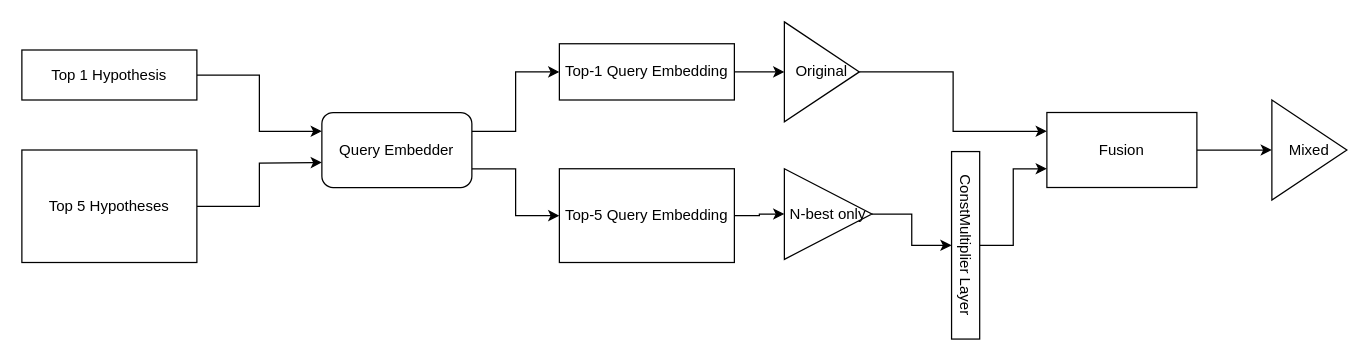
johntiger1/architecture-diagrams keeps this draw.io diagram as Nbest-asr.drawio. Above is the earlier version. Source tidied: cells renumbered, new cells numbered last; positions are measured from the earlier drawing's top-left corner, leaving out a move shared by most shapes. Both pictures are drawn from the tidied source at 125%, with x=0, y=0 at pixel (21, 21).
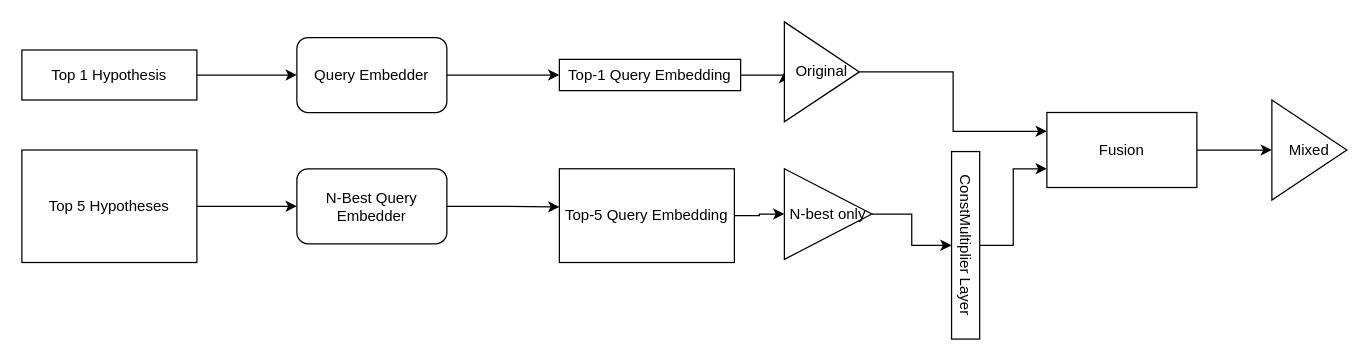
The same page after the edit.

Unchanged cells that the change refers to:
```xml
<mxCell id="3" value="Top 1 Hypothesis" style="rounded=0;whiteSpace=wrap;html=1;" parent="1" vertex="1">
  <mxGeometry y="22.5" width="140" height="40" as="geometry" />
</mxCell>
<mxCell id="5" value="&lt;div&gt;Top 5 Hypotheses&lt;/div&gt;" style="rounded=0;whiteSpace=wrap;html=1;" parent="1" vertex="1">
  <mxGeometry y="102.5" width="140" height="90" as="geometry" />
</mxCell>
<mxCell id="12" value="&lt;div&gt;Top-5 Query Embedding&lt;/div&gt;" style="rounded=0;whiteSpace=wrap;html=1;" parent="1" vertex="1">
  <mxGeometry x="430" y="117.5" width="140" height="75" as="geometry" />
</mxCell>
```

The edit, as a diff of the source:
```diff
@@
-    <mxCell id="2" style="edgeStyle=orthogonalEdgeStyle;rounded=0;jettySize=auto;html=1;exitX=1;exitY=0.5;exitDx=0;exitDy=0;entryX=0;entryY=0.25;entryDx=0;entryDy=0;" parent="1" edge="1" source="3" target="10">
+    <mxCell id="2" style="edgeStyle=orthogonalEdgeStyle;rounded=0;jettySize=auto;html=1;exitX=1;exitY=0.5;exitDx=0;exitDy=0;entryX=0;entryY=0.5;entryDx=0;entryDy=0;" parent="1" edge="1" source="3" target="10">
       <mxGeometry relative="1" as="geometry" />
     </mxCell>
@@
-    <mxCell id="4" style="edgeStyle=orthogonalEdgeStyle;rounded=0;jettySize=auto;html=1;exitX=1;exitY=0.5;exitDx=0;exitDy=0;" parent="1" edge="1" source="5">
-      <mxGeometry relative="1" as="geometry">
-        <mxPoint x="240" y="112.5" as="targetPoint" />
-      </mxGeometry>
-    </mxCell>
+    <mxCell id="22" style="edgeStyle=orthogonalEdgeStyle;rounded=0;jettySize=auto;html=1;exitX=1;exitY=0.5;exitDx=0;exitDy=0;" parent="1" edge="1" source="5" target="24">
+      <mxGeometry relative="1" as="geometry" />
+    </mxCell>
@@
     <mxCell id="7" value="&lt;div&gt;Top-1 Query Embedding&lt;/div&gt;" style="rounded=0;whiteSpace=wrap;html=1;" parent="1" vertex="1">
-      <mxGeometry x="430" y="17.5" width="140" height="45" as="geometry" />
+      <mxGeometry x="430" y="30" width="145" height="25" as="geometry" />
     </mxCell>
-    <mxCell id="8" style="edgeStyle=orthogonalEdgeStyle;rounded=0;jettySize=auto;html=1;exitX=1;exitY=0.25;exitDx=0;exitDy=0;entryX=0;entryY=0.5;entryDx=0;entryDy=0;" parent="1" edge="1" source="10" target="7">
+    <mxCell id="8" style="edgeStyle=orthogonalEdgeStyle;rounded=0;jettySize=auto;html=1;exitX=1;exitY=0.5;exitDx=0;exitDy=0;" parent="1" edge="1" source="10" target="7">
       <mxGeometry relative="1" as="geometry" />
     </mxCell>
-    <mxCell id="9" style="edgeStyle=orthogonalEdgeStyle;rounded=0;jettySize=auto;html=1;exitX=1;exitY=0.75;exitDx=0;exitDy=0;entryX=0;entryY=0.5;entryDx=0;entryDy=0;" parent="1" edge="1" source="10" target="12">
-      <mxGeometry relative="1" as="geometry" />
-    </mxCell>
     <mxCell id="10" value="Query Embedder" style="rounded=1;whiteSpace=wrap;html=1;" parent="1" vertex="1">
-      <mxGeometry x="240" y="72.5" width="120" height="60" as="geometry" />
+      <mxGeometry x="220" y="12.5" width="120" height="60" as="geometry" />
     </mxCell>
@@
+    <mxCell id="23" style="edgeStyle=orthogonalEdgeStyle;rounded=0;jettySize=auto;html=1;exitX=1;exitY=0.5;exitDx=0;exitDy=0;entryX=0;entryY=0.407;entryDx=0;entryDy=0;entryPerimeter=0;" parent="1" edge="1" source="24" target="12">
+      <mxGeometry relative="1" as="geometry" />
+    </mxCell>
+    <mxCell id="24" value="N-Best Query Embedder" style="rounded=1;whiteSpace=wrap;html=1;" parent="1" vertex="1">
+      <mxGeometry x="220" y="117.5" width="120" height="60" as="geometry" />
+    </mxCell>
```
